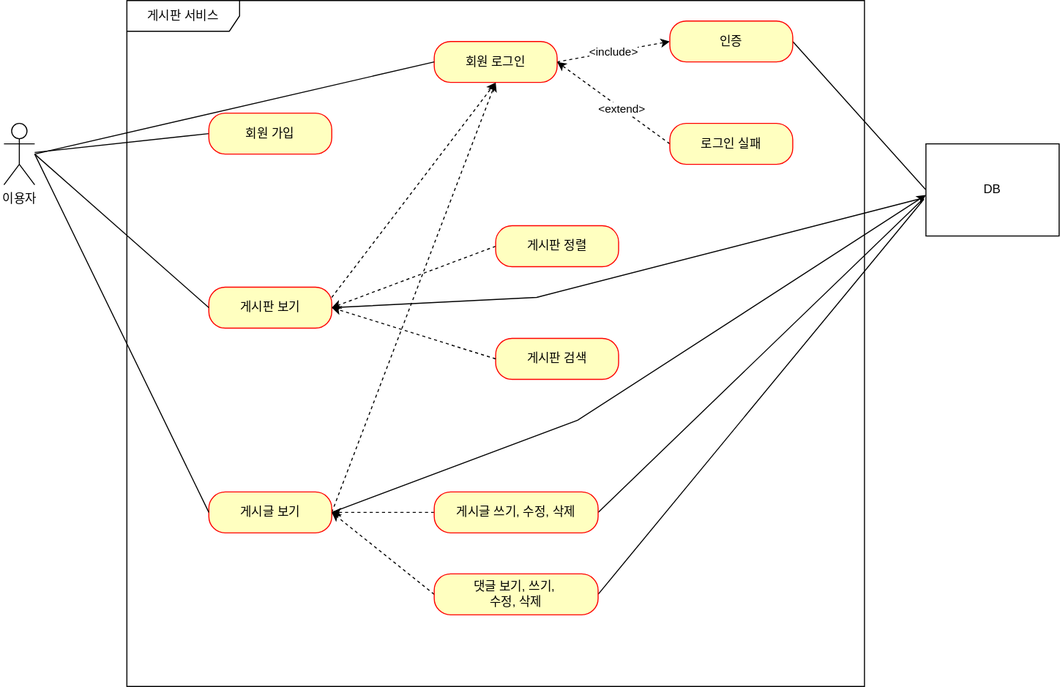
The draw.io diagram documemt/use-case.svg in minju-sin/CRUD, before a commit. Source tidied: cells renumbered, new cells last; positions are measured from the earlier drawing's top-left corner, leaving out a move shared by most shapes.
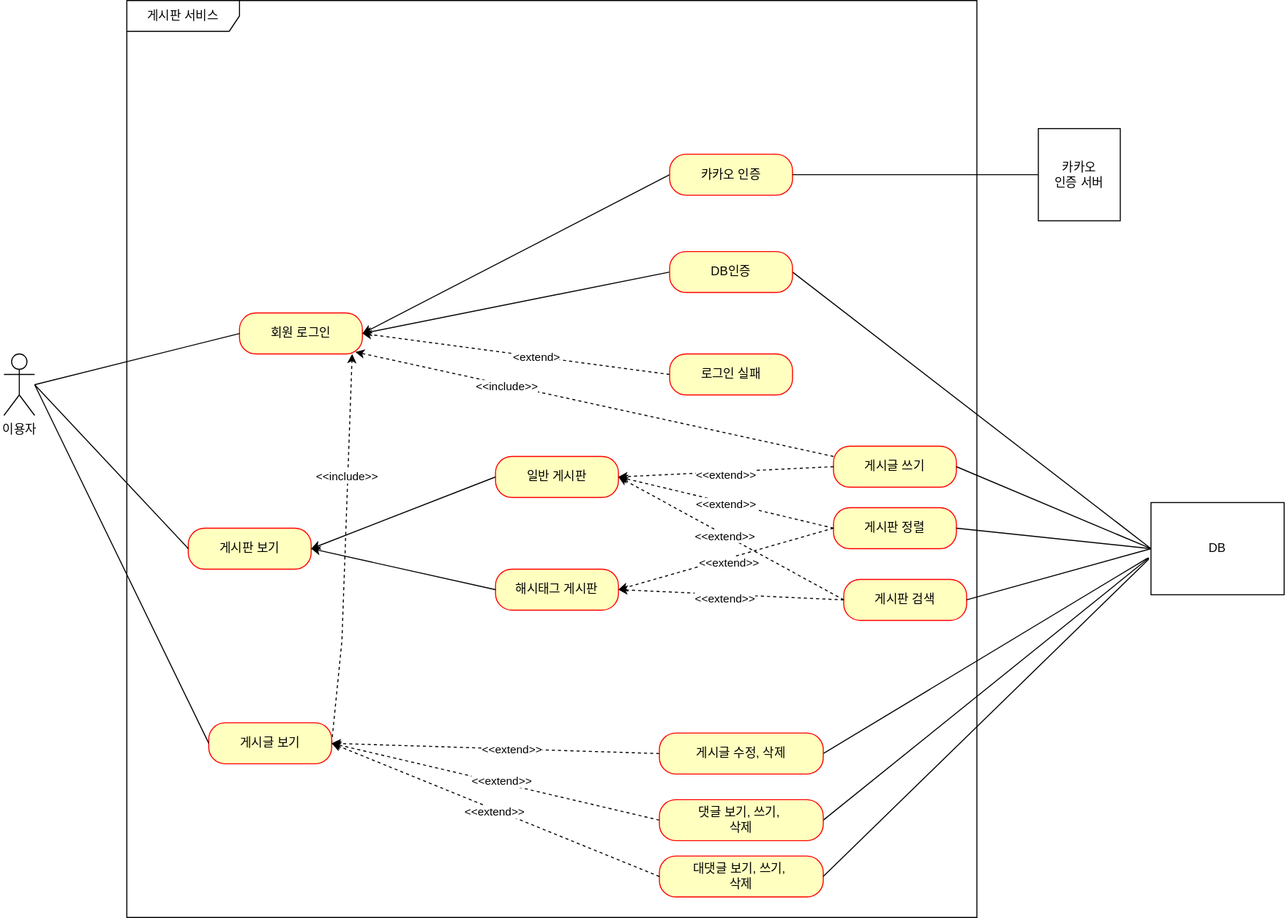
Above is the later version.

Change to the diagram source:
```diff
@@ -3,57 +3,38 @@
     <mxCell id="0" />
     <mxCell id="1" parent="0" />
     <mxCell id="2" value="이용자&lt;br&gt;" style="shape=umlActor;verticalLabelPosition=bottom;verticalAlign=top;html=1;outlineConnect=0;" parent="1" vertex="1">
-      <mxGeometry y="120" width="30" height="60" as="geometry" />
+      <mxGeometry y="355" width="30" height="60" as="geometry" />
     </mxCell>
     <mxCell id="3" value="게시판 서비스&lt;br&gt;" style="shape=umlFrame;whiteSpace=wrap;html=1;width=110;height=30;" parent="1" vertex="1">
-      <mxGeometry x="120" width="720" height="670" as="geometry" />
+      <mxGeometry x="120" y="10" width="830" height="895" as="geometry" />
     </mxCell>
-    <mxCell id="4" style="rounded=0;jettySize=auto;html=1;exitX=0;exitY=0.5;exitDx=0;exitDy=0;endArrow=none;endFill=0;" parent="1" edge="1" source="5" target="2">
-      <mxGeometry relative="1" as="geometry" />
-    </mxCell>
-    <mxCell id="5" value="회원 가입" style="rounded=1;whiteSpace=wrap;html=1;arcSize=40;fontColor=#000000;fillColor=#ffffc0;strokeColor=#ff0000;" parent="1" vertex="1">
-      <mxGeometry x="200" y="110" width="120" height="40" as="geometry" />
-    </mxCell>
-    <mxCell id="6" style="rounded=0;jettySize=auto;html=1;exitX=1;exitY=0.25;exitDx=0;exitDy=0;entryX=0.5;entryY=1;entryDx=0;entryDy=0;dashed=1;" parent="1" edge="1" source="8" target="13">
-      <mxGeometry relative="1" as="geometry" />
-    </mxCell>
-    <mxCell id="7" style="rounded=0;jettySize=auto;html=1;exitX=1;exitY=0.5;exitDx=0;exitDy=0;entryX=-0.023;entryY=0.589;entryDx=0;entryDy=0;entryPerimeter=0;endArrow=none;endFill=0;" parent="1" edge="1" source="8" target="32">
-      <mxGeometry relative="1" as="geometry">
-        <Array as="points">
-          <mxPoint x="520" y="290" />
-        </Array>
-      </mxGeometry>
-    </mxCell>
     <mxCell id="8" value="게시판 보기" style="rounded=1;whiteSpace=wrap;html=1;arcSize=40;fontColor=#000000;fillColor=#ffffc0;strokeColor=#ff0000;" parent="1" vertex="1">
-      <mxGeometry x="200" y="280" width="120" height="40" as="geometry" />
+      <mxGeometry x="180" y="525" width="120" height="40" as="geometry" />
     </mxCell>
-    <mxCell id="9" style="rounded=0;jettySize=auto;html=1;exitX=1;exitY=0.5;exitDx=0;exitDy=0;dashed=1;" parent="1" edge="1" source="11">
+    <mxCell id="9" style="rounded=0;jettySize=auto;html=1;exitX=1;exitY=0.5;exitDx=0;exitDy=0;dashed=1;entryX=0.917;entryY=1;entryDx=0;entryDy=0;entryPerimeter=0;" parent="1" edge="1" source="11" target="13">
       <mxGeometry relative="1" as="geometry">
-        <mxPoint x="480" y="80" as="targetPoint" />
+        <Array as="points">
+          <mxPoint x="330" y="635" />
+        </Array>
       </mxGeometry>
     </mxCell>
-    <mxCell id="10" style="rounded=0;jettySize=auto;html=1;exitX=1;exitY=0.5;exitDx=0;exitDy=0;" parent="1" edge="1" source="11">
-      <mxGeometry relative="1" as="geometry">
-        <mxPoint x="900" y="190" as="targetPoint" />
-        <Array as="points">
-          <mxPoint x="560" y="410" />
-        </Array>
-      </mxGeometry>
-    </mxCell>
+    <mxCell id="33" value="&amp;lt;&amp;lt;include&amp;gt;&amp;gt;" style="edgeLabel;html=1;align=center;verticalAlign=middle;" parent="9" vertex="1">
+      <mxGeometry x="0.37" y="1" relative="1" as="geometry" />
+    </mxCell>
     <mxCell id="11" value="게시글 보기" style="rounded=1;whiteSpace=wrap;html=1;arcSize=40;fontColor=#000000;fillColor=#ffffc0;strokeColor=#ff0000;" parent="1" vertex="1">
-      <mxGeometry x="200" y="480" width="120" height="40" as="geometry" />
+      <mxGeometry x="200" y="715" width="120" height="40" as="geometry" />
     </mxCell>
-    <mxCell id="12" value="&amp;lt;include&amp;gt;" style="rounded=0;jettySize=auto;html=1;exitX=1;exitY=0.5;exitDx=0;exitDy=0;entryX=0;entryY=0.5;entryDx=0;entryDy=0;endArrow=classic;endFill=1;dashed=1;" parent="1" edge="1" source="13" target="15">
-      <mxGeometry relative="1" as="geometry" />
-    </mxCell>
     <mxCell id="13" value="회원 로그인" style="rounded=1;whiteSpace=wrap;html=1;arcSize=40;fontColor=#000000;fillColor=#ffffc0;strokeColor=#ff0000;" parent="1" vertex="1">
-      <mxGeometry x="420" y="40" width="120" height="40" as="geometry" />
+      <mxGeometry x="230" y="315" width="120" height="40" as="geometry" />
     </mxCell>
     <mxCell id="14" style="rounded=0;jettySize=auto;html=1;exitX=1;exitY=0.5;exitDx=0;exitDy=0;entryX=0;entryY=0.5;entryDx=0;entryDy=0;endArrow=none;endFill=0;" parent="1" edge="1" source="15" target="32">
       <mxGeometry relative="1" as="geometry" />
     </mxCell>
+    <mxCell id="34" style="rounded=0;jettySize=auto;html=1;exitX=0;exitY=0.5;exitDx=0;exitDy=0;entryX=1;entryY=0.5;entryDx=0;entryDy=0;" parent="1" edge="1" source="15" target="13">
+      <mxGeometry relative="1" as="geometry" />
+    </mxCell>
-    <mxCell id="15" value="인증" style="rounded=1;whiteSpace=wrap;html=1;arcSize=40;fontColor=#000000;fillColor=#ffffc0;strokeColor=#ff0000;" parent="1" vertex="1">
-      <mxGeometry x="650" y="20" width="120" height="40" as="geometry" />
+    <mxCell id="15" value="DB인증" style="rounded=1;whiteSpace=wrap;html=1;arcSize=40;fontColor=#000000;fillColor=#ffffc0;strokeColor=#ff0000;" parent="1" vertex="1">
+      <mxGeometry x="650" y="255" width="120" height="40" as="geometry" />
     </mxCell>
     <mxCell id="16" style="rounded=0;jettySize=auto;html=1;exitX=0;exitY=0.5;exitDx=0;exitDy=0;entryX=1;entryY=0.5;entryDx=0;entryDy=0;dashed=1;" parent="1" edge="1" source="18" target="13">
       <mxGeometry relative="1" as="geometry" />
@@ -62,59 +43,143 @@
       <mxGeometry x="-0.13" relative="1" as="geometry" />
     </mxCell>
     <mxCell id="18" value="로그인 실패" style="rounded=1;whiteSpace=wrap;html=1;arcSize=40;fontColor=#000000;fillColor=#ffffc0;strokeColor=#ff0000;" parent="1" vertex="1">
-      <mxGeometry x="650" y="120" width="120" height="40" as="geometry" />
+      <mxGeometry x="650" y="355" width="120" height="40" as="geometry" />
     </mxCell>
-    <mxCell id="19" style="rounded=0;jettySize=auto;html=1;exitX=0;exitY=0.5;exitDx=0;exitDy=0;entryX=1;entryY=0.5;entryDx=0;entryDy=0;dashed=1;" parent="1" edge="1" source="20" target="8">
+    <mxCell id="19" style="rounded=0;jettySize=auto;html=1;exitX=0;exitY=0.5;exitDx=0;exitDy=0;entryX=1;entryY=0.5;entryDx=0;entryDy=0;" parent="1" edge="1" source="20" target="8">
       <mxGeometry relative="1" as="geometry" />
     </mxCell>
-    <mxCell id="20" value="게시판 정렬" style="rounded=1;whiteSpace=wrap;html=1;arcSize=40;fontColor=#000000;fillColor=#ffffc0;strokeColor=#ff0000;" parent="1" vertex="1">
-      <mxGeometry x="480" y="220" width="120" height="40" as="geometry" />
+    <mxCell id="20" value="일반 게시판" style="rounded=1;whiteSpace=wrap;html=1;arcSize=40;fontColor=#000000;fillColor=#ffffc0;strokeColor=#ff0000;" parent="1" vertex="1">
+      <mxGeometry x="480" y="455" width="120" height="40" as="geometry" />
     </mxCell>
-    <mxCell id="21" value="게시판 검색" style="rounded=1;whiteSpace=wrap;html=1;arcSize=40;fontColor=#000000;fillColor=#ffffc0;strokeColor=#ff0000;" parent="1" vertex="1">
-      <mxGeometry x="480" y="330" width="120" height="40" as="geometry" />
+    <mxCell id="21" value="해시태그 게시판" style="rounded=1;whiteSpace=wrap;html=1;arcSize=40;fontColor=#000000;fillColor=#ffffc0;strokeColor=#ff0000;" parent="1" vertex="1">
+      <mxGeometry x="480" y="565" width="120" height="40" as="geometry" />
     </mxCell>
     <mxCell id="22" style="rounded=0;jettySize=auto;html=1;exitX=0;exitY=0.5;exitDx=0;exitDy=0;entryX=1;entryY=0.5;entryDx=0;entryDy=0;dashed=1;" parent="1" edge="1" source="24" target="11">
       <mxGeometry relative="1" as="geometry" />
     </mxCell>
+    <mxCell id="35" value="&amp;lt;&amp;lt;extend&amp;gt;&amp;gt;" style="edgeLabel;html=1;align=center;verticalAlign=middle;" parent="22" vertex="1">
+      <mxGeometry x="-0.09" relative="1" as="geometry" />
+    </mxCell>
     <mxCell id="23" style="rounded=0;jettySize=auto;html=1;exitX=1;exitY=0.5;exitDx=0;exitDy=0;entryX=-0.023;entryY=0.6;entryDx=0;entryDy=0;entryPerimeter=0;endArrow=none;endFill=0;" parent="1" edge="1" source="24" target="32">
       <mxGeometry relative="1" as="geometry" />
     </mxCell>
-    <mxCell id="24" value="게시글 쓰기, 수정, 삭제" style="rounded=1;whiteSpace=wrap;html=1;arcSize=40;fontColor=#000000;fillColor=#ffffc0;strokeColor=#ff0000;" parent="1" vertex="1">
-      <mxGeometry x="420" y="480" width="160" height="40" as="geometry" />
+    <mxCell id="24" value="게시글 수정, 삭제" style="rounded=1;whiteSpace=wrap;html=1;arcSize=40;fontColor=#000000;fillColor=#ffffc0;strokeColor=#ff0000;" parent="1" vertex="1">
+      <mxGeometry x="640" y="725" width="160" height="40" as="geometry" />
     </mxCell>
     <mxCell id="25" style="rounded=0;jettySize=auto;html=1;exitX=0;exitY=0.5;exitDx=0;exitDy=0;dashed=1;" parent="1" edge="1" source="27">
       <mxGeometry relative="1" as="geometry">
-        <mxPoint x="320" y="500" as="targetPoint" />
+        <mxPoint x="320" y="735" as="targetPoint" />
       </mxGeometry>
     </mxCell>
+    <mxCell id="36" value="&amp;lt;&amp;lt;extend&amp;gt;&amp;gt;" style="edgeLabel;html=1;align=center;verticalAlign=middle;" parent="25" vertex="1">
+      <mxGeometry x="-0.03" y="-2" relative="1" as="geometry" />
+    </mxCell>
     <mxCell id="26" style="rounded=0;jettySize=auto;html=1;exitX=1;exitY=0.5;exitDx=0;exitDy=0;entryX=-0.015;entryY=0.6;entryDx=0;entryDy=0;entryPerimeter=0;endArrow=none;endFill=0;" parent="1" edge="1" source="27" target="32">
       <mxGeometry relative="1" as="geometry" />
     </mxCell>
-    <mxCell id="27" value="댓글 보기, 쓰기,&amp;nbsp;&lt;br&gt;수정, 삭제" style="rounded=1;whiteSpace=wrap;html=1;arcSize=40;fontColor=#000000;fillColor=#ffffc0;strokeColor=#ff0000;" parent="1" vertex="1">
-      <mxGeometry x="420" y="560" width="160" height="40" as="geometry" />
+    <mxCell id="27" value="댓글 보기, 쓰기,&amp;nbsp;&lt;br&gt;삭제" style="rounded=1;whiteSpace=wrap;html=1;arcSize=40;fontColor=#000000;fillColor=#ffffc0;strokeColor=#ff0000;" parent="1" vertex="1">
+      <mxGeometry x="640" y="790" width="160" height="40" as="geometry" />
     </mxCell>
     <mxCell id="28" style="rounded=0;jettySize=auto;html=1;exitX=0;exitY=0.5;exitDx=0;exitDy=0;endArrow=none;endFill=0;" parent="1" edge="1" source="13">
       <mxGeometry relative="1" as="geometry">
-        <mxPoint x="30" y="150" as="targetPoint" />
+        <mxPoint x="30" y="385" as="targetPoint" />
       </mxGeometry>
     </mxCell>
     <mxCell id="29" style="rounded=0;jettySize=auto;html=1;exitX=0;exitY=0.5;exitDx=0;exitDy=0;endArrow=none;endFill=0;" parent="1" edge="1" source="8">
       <mxGeometry relative="1" as="geometry">
-        <mxPoint x="30" y="150" as="targetPoint" />
+        <mxPoint x="30" y="385" as="targetPoint" />
       </mxGeometry>
     </mxCell>
     <mxCell id="30" style="rounded=0;jettySize=auto;html=1;exitX=0;exitY=0.5;exitDx=0;exitDy=0;endArrow=none;endFill=0;" parent="1" edge="1" source="11">
       <mxGeometry relative="1" as="geometry">
-        <mxPoint x="30" y="150" as="targetPoint" />
+        <mxPoint x="30" y="385" as="targetPoint" />
       </mxGeometry>
     </mxCell>
-    <mxCell id="31" style="rounded=0;jettySize=auto;html=1;exitX=0;exitY=0.5;exitDx=0;exitDy=0;dashed=1;" parent="1" edge="1" source="21">
-      <mxGeometry relative="1" as="geometry">
-        <mxPoint x="320" y="300" as="targetPoint" />
-      </mxGeometry>
+    <mxCell id="31" style="rounded=0;jettySize=auto;html=1;exitX=0;exitY=0.5;exitDx=0;exitDy=0;entryX=1;entryY=0.5;entryDx=0;entryDy=0;" parent="1" edge="1" source="21" target="8">
+      <mxGeometry relative="1" as="geometry" />
     </mxCell>
     <mxCell id="32" value="DB" style="html=1;whiteSpace=wrap;" parent="1" vertex="1">
-      <mxGeometry x="900" y="140" width="130" height="90" as="geometry" />
+      <mxGeometry x="1120" y="500" width="130" height="90" as="geometry" />
     </mxCell>
+    <mxCell id="37" value="대댓글 보기, 쓰기,&amp;nbsp;&lt;br&gt;삭제" style="rounded=1;whiteSpace=wrap;html=1;arcSize=40;fontColor=#000000;fillColor=#ffffc0;strokeColor=#ff0000;" parent="1" vertex="1">
+      <mxGeometry x="640" y="845" width="160" height="40" as="geometry" />
+    </mxCell>
+    <mxCell id="38" style="rounded=0;jettySize=auto;html=1;exitX=1;exitY=0.5;exitDx=0;exitDy=0;entryX=-0.015;entryY=0.611;entryDx=0;entryDy=0;entryPerimeter=0;endArrow=none;endFill=0;" parent="1" edge="1" source="37" target="32">
+      <mxGeometry relative="1" as="geometry" />
+    </mxCell>
+    <mxCell id="39" style="rounded=0;jettySize=auto;html=1;exitX=0;exitY=0.5;exitDx=0;exitDy=0;dashed=1;entryX=1;entryY=0.5;entryDx=0;entryDy=0;" parent="1" edge="1" source="37" target="11">
+      <mxGeometry relative="1" as="geometry" />
+    </mxCell>
+    <mxCell id="40" value="&amp;lt;&amp;lt;extend&amp;gt;&amp;gt;" style="edgeLabel;html=1;align=center;verticalAlign=middle;" parent="39" vertex="1">
+      <mxGeometry x="0.01" y="2" relative="1" as="geometry" />
+    </mxCell>
+    <mxCell id="41" value="게시글 쓰기" style="rounded=1;whiteSpace=wrap;html=1;arcSize=40;fontColor=#000000;fillColor=#ffffc0;strokeColor=#ff0000;" parent="1" vertex="1">
+      <mxGeometry x="810" y="445" width="120" height="40" as="geometry" />
+    </mxCell>
+    <mxCell id="42" value="게시판 정렬" style="rounded=1;whiteSpace=wrap;html=1;arcSize=40;fontColor=#000000;fillColor=#ffffc0;strokeColor=#ff0000;" parent="1" vertex="1">
+      <mxGeometry x="810" y="505" width="120" height="40" as="geometry" />
+    </mxCell>
+    <mxCell id="43" value="게시판 검색" style="rounded=1;whiteSpace=wrap;html=1;arcSize=40;fontColor=#000000;fillColor=#ffffc0;strokeColor=#ff0000;" parent="1" vertex="1">
+      <mxGeometry x="820" y="575" width="120" height="40" as="geometry" />
+    </mxCell>
+    <mxCell id="44" style="rounded=0;jettySize=auto;html=1;exitX=0;exitY=0.5;exitDx=0;exitDy=0;dashed=1;entryX=1;entryY=0.5;entryDx=0;entryDy=0;" parent="1" edge="1" source="41" target="20">
+      <mxGeometry relative="1" as="geometry" />
+    </mxCell>
+    <mxCell id="45" value="&amp;lt;&amp;lt;extend&amp;gt;&amp;gt;" style="edgeLabel;html=1;align=center;verticalAlign=middle;" parent="44" vertex="1">
+      <mxGeometry x="0.01" y="2" relative="1" as="geometry" />
+    </mxCell>
+    <mxCell id="46" style="rounded=0;jettySize=auto;html=1;exitX=0;exitY=0.5;exitDx=0;exitDy=0;dashed=1;entryX=1;entryY=0.5;entryDx=0;entryDy=0;" parent="1" edge="1" source="42" target="20">
+      <mxGeometry relative="1" as="geometry" />
+    </mxCell>
+    <mxCell id="47" value="&amp;lt;&amp;lt;extend&amp;gt;&amp;gt;" style="edgeLabel;html=1;align=center;verticalAlign=middle;" parent="46" vertex="1">
+      <mxGeometry y="2" relative="1" as="geometry" />
+    </mxCell>
+    <mxCell id="48" style="rounded=0;jettySize=auto;html=1;exitX=0;exitY=0.5;exitDx=0;exitDy=0;dashed=1;entryX=1;entryY=0.5;entryDx=0;entryDy=0;" parent="1" edge="1" source="43" target="20">
+      <mxGeometry relative="1" as="geometry" />
+    </mxCell>
+    <mxCell id="49" value="&amp;lt;&amp;lt;extend&amp;gt;&amp;gt;" style="edgeLabel;html=1;align=center;verticalAlign=middle;" parent="48" vertex="1">
+      <mxGeometry x="0.05" y="1" relative="1" as="geometry" />
+    </mxCell>
+    <mxCell id="50" style="rounded=0;jettySize=auto;html=1;exitX=0;exitY=0.5;exitDx=0;exitDy=0;dashed=1;entryX=1;entryY=0.5;entryDx=0;entryDy=0;" parent="1" edge="1" source="42" target="21">
+      <mxGeometry relative="1" as="geometry" />
+    </mxCell>
+    <mxCell id="51" value="&amp;lt;&amp;lt;extend&amp;gt;&amp;gt;" style="edgeLabel;html=1;align=center;verticalAlign=middle;" parent="50" vertex="1">
+      <mxGeometry x="-0.01" y="4" relative="1" as="geometry" />
+    </mxCell>
+    <mxCell id="52" style="rounded=0;jettySize=auto;html=1;exitX=0;exitY=0.5;exitDx=0;exitDy=0;dashed=1;" parent="1" edge="1" source="43">
+      <mxGeometry relative="1" as="geometry">
+        <mxPoint x="600" y="585" as="targetPoint" />
+      </mxGeometry>
+    </mxCell>
+    <mxCell id="53" value="&amp;lt;&amp;lt;extend&amp;gt;&amp;gt;" style="edgeLabel;html=1;align=center;verticalAlign=middle;" parent="52" vertex="1">
+      <mxGeometry x="0.05" y="4" relative="1" as="geometry" />
+    </mxCell>
+    <mxCell id="54" style="rounded=0;jettySize=auto;html=1;exitX=0;exitY=0.25;exitDx=0;exitDy=0;dashed=1;entryX=0.942;entryY=0.95;entryDx=0;entryDy=0;entryPerimeter=0;" parent="1" edge="1" source="41" target="13">
+      <mxGeometry relative="1" as="geometry" />
+    </mxCell>
+    <mxCell id="55" value="&amp;lt;&amp;lt;include&amp;gt;&amp;gt;" style="edgeLabel;html=1;align=center;verticalAlign=middle;" parent="54" vertex="1">
+      <mxGeometry x="0.37" y="1" relative="1" as="geometry" />
+    </mxCell>
+    <mxCell id="56" style="rounded=0;jettySize=auto;html=1;exitX=1;exitY=0.5;exitDx=0;exitDy=0;endArrow=none;endFill=0;entryX=0;entryY=0.5;entryDx=0;entryDy=0;" parent="1" edge="1" source="41" target="32">
+      <mxGeometry relative="1" as="geometry" />
+    </mxCell>
+    <mxCell id="57" style="rounded=0;jettySize=auto;html=1;exitX=1;exitY=0.5;exitDx=0;exitDy=0;endArrow=none;endFill=0;entryX=0;entryY=0.5;entryDx=0;entryDy=0;" parent="1" edge="1" source="42" target="32">
+      <mxGeometry relative="1" as="geometry" />
+    </mxCell>
+    <mxCell id="58" style="rounded=0;jettySize=auto;html=1;exitX=1;exitY=0.5;exitDx=0;exitDy=0;endArrow=none;endFill=0;entryX=0;entryY=0.5;entryDx=0;entryDy=0;" parent="1" edge="1" source="43" target="32">
+      <mxGeometry relative="1" as="geometry" />
+    </mxCell>
+    <mxCell id="59" style="rounded=0;jettySize=auto;html=1;exitX=0;exitY=0.5;exitDx=0;exitDy=0;entryX=1;entryY=0.5;entryDx=0;entryDy=0;" parent="1" edge="1" source="60" target="13">
+      <mxGeometry relative="1" as="geometry" />
+    </mxCell>
+    <mxCell id="60" value="카카오 인증" style="rounded=1;whiteSpace=wrap;html=1;arcSize=40;fontColor=#000000;fillColor=#ffffc0;strokeColor=#ff0000;" parent="1" vertex="1">
+      <mxGeometry x="650" y="160" width="120" height="40" as="geometry" />
+    </mxCell>
+    <mxCell id="61" style="edgeStyle=orthogonalEdgeStyle;rounded=0;jettySize=auto;html=1;exitX=0;exitY=0.5;exitDx=0;exitDy=0;entryX=1;entryY=0.5;entryDx=0;entryDy=0;endArrow=none;endFill=0;" parent="1" edge="1" source="62" target="60">
+      <mxGeometry relative="1" as="geometry" />
+    </mxCell>
+    <mxCell id="62" value="카카오&lt;br&gt;인증 서버" style="html=1;whiteSpace=wrap;" parent="1" vertex="1">
+      <mxGeometry x="1010" y="135" width="80" height="90" as="geometry" />
+    </mxCell>
   </root>
 </mxGraphModel>
```
